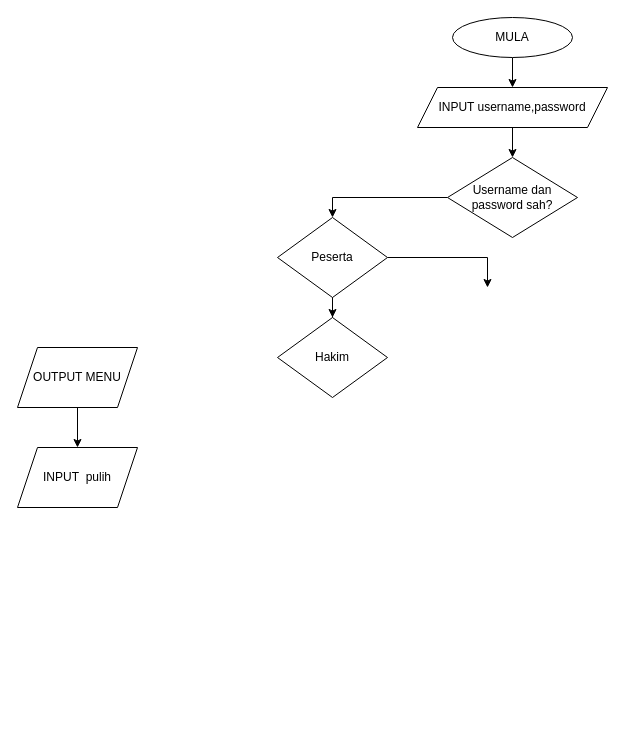
Before: SKProject.drawio in EzraChai/py, a draw.io diagram. Source tidied: cells renumbered, new cells numbered last; positions are measured from the earlier drawing's top-left corner, leaving out a move shared by most shapes. Both pictures are drawn from the tidied source at 100%, with x=0, y=0 at pixel (17, 17).
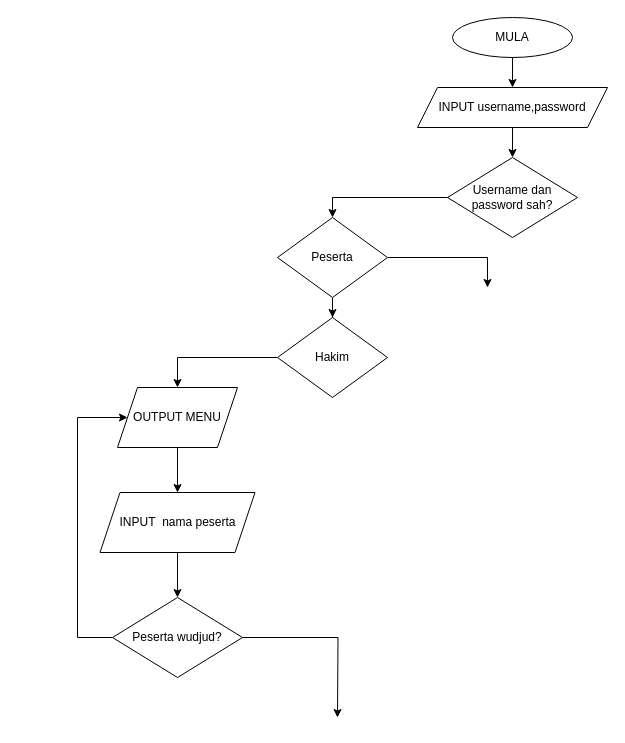
The same page after the edit.

Unchanged cells that the change refers to:
```xml
<mxCell id="11" value="Hakim" style="rhombus;whiteSpace=wrap;html=1;" parent="1" vertex="1">
  <mxGeometry x="260" y="300" width="110" height="80" as="geometry" />
</mxCell>
```

Change to the diagram source:
```diff
@@
+    <mxCell id="15" style="edgeStyle=orthogonalEdgeStyle;rounded=0;jettySize=auto;html=1;entryX=0.5;entryY=0;entryDx=0;entryDy=0;exitX=0;exitY=0.5;exitDx=0;exitDy=0;" parent="1" edge="1" source="11" target="13">
+      <mxGeometry relative="1" as="geometry" />
+    </mxCell>
@@
     <mxCell id="13" value="OUTPUT MENU" style="shape=parallelogram;perimeter=parallelogramPerimeter;whiteSpace=wrap;html=1;fixedSize=1;" parent="1" vertex="1">
-      <mxGeometry y="330" width="120" height="60" as="geometry" />
+      <mxGeometry x="100" y="370" width="120" height="60" as="geometry" />
     </mxCell>
+    <mxCell id="16" style="edgeStyle=orthogonalEdgeStyle;rounded=0;jettySize=auto;html=1;exitX=0.5;exitY=1;exitDx=0;exitDy=0;entryX=0.5;entryY=0;entryDx=0;entryDy=0;" parent="1" edge="1" source="14" target="19">
+      <mxGeometry relative="1" as="geometry" />
+    </mxCell>
-    <mxCell id="14" value="INPUT&amp;nbsp; pulih" style="shape=parallelogram;perimeter=parallelogramPerimeter;whiteSpace=wrap;html=1;fixedSize=1;" parent="1" vertex="1">
-      <mxGeometry y="430" width="120" height="60" as="geometry" />
+    <mxCell id="14" value="INPUT&amp;nbsp; nama peserta" style="shape=parallelogram;perimeter=parallelogramPerimeter;whiteSpace=wrap;html=1;fixedSize=1;" parent="1" vertex="1">
+      <mxGeometry x="82.5" y="475" width="155" height="60" as="geometry" />
     </mxCell>
+    <mxCell id="17" style="edgeStyle=orthogonalEdgeStyle;rounded=0;jettySize=auto;html=1;exitX=1;exitY=0.5;exitDx=0;exitDy=0;" parent="1" edge="1" source="19">
+      <mxGeometry relative="1" as="geometry">
+        <mxPoint x="320" y="700" as="targetPoint" />
+      </mxGeometry>
+    </mxCell>
+    <mxCell id="18" style="edgeStyle=orthogonalEdgeStyle;rounded=0;jettySize=auto;html=1;exitX=0;exitY=0.5;exitDx=0;exitDy=0;entryX=0;entryY=0.5;entryDx=0;entryDy=0;" parent="1" edge="1" source="19" target="13">
+      <mxGeometry relative="1" as="geometry">
+        <Array as="points">
+          <mxPoint x="60" y="620" />
+          <mxPoint x="60" y="400" />
+        </Array>
+      </mxGeometry>
+    </mxCell>
+    <mxCell id="19" value="Peserta wudjud?" style="rhombus;whiteSpace=wrap;html=1;" parent="1" vertex="1">
+      <mxGeometry x="95" y="580" width="130" height="80" as="geometry" />
+    </mxCell>
```
